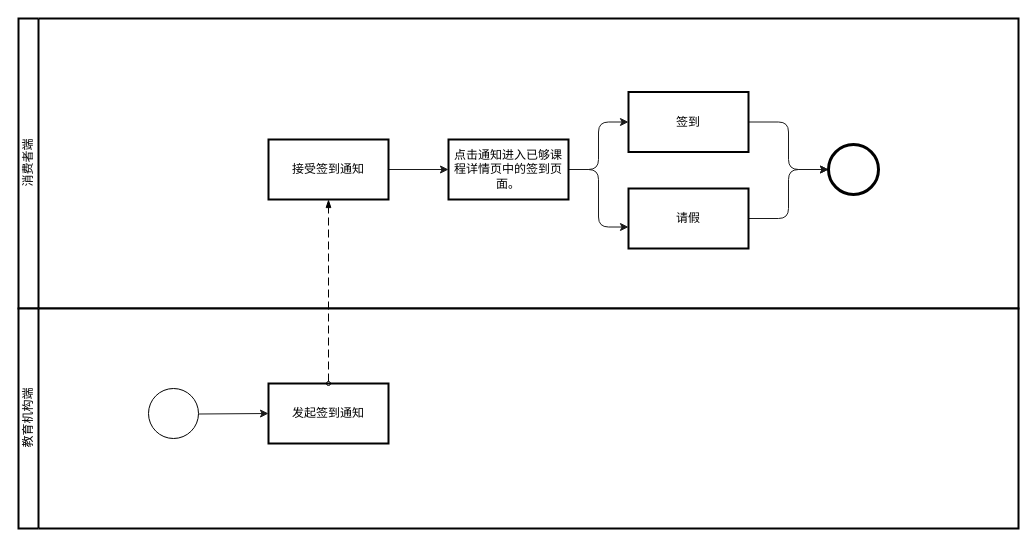
This is page "签到和请假" (4 of 4) of docs/资金监管平台流程图.drawio from cuitaocrazy/supervision, a draw.io file, before an edit. Source tidied: cells renumbered, new cells numbered last; positions are measured from the earlier drawing's top-left corner, leaving out a move shared by most shapes. Both pictures are drawn from the tidied source at 100%, with x=0, y=0 at pixel (18, 18).
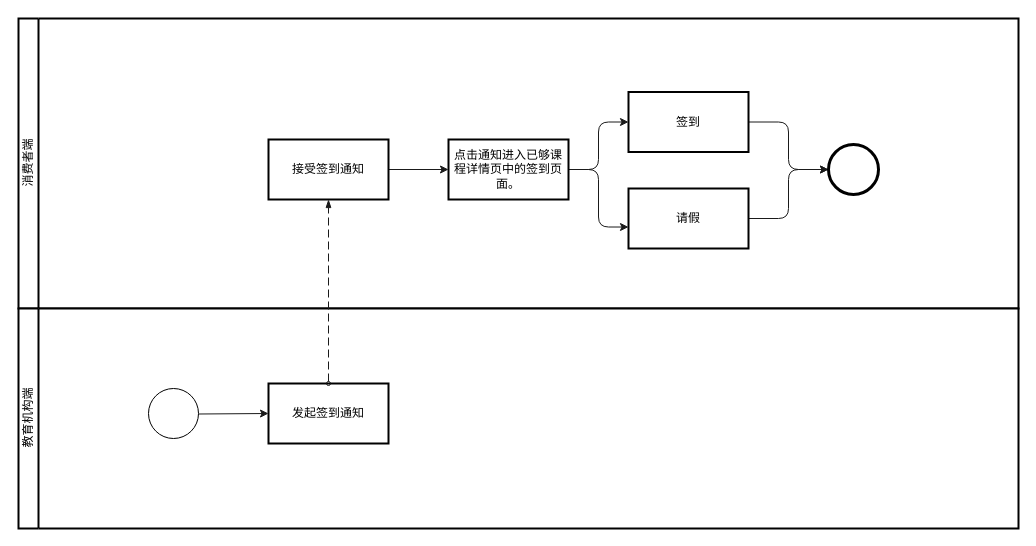
The same page after the edit.

The edit, as a diff of the source:
```diff
@@
 <mxGraphModel>
   <root>
     <mxCell id="0" />
     <mxCell id="1" parent="0" />
     <mxCell id="2" value="消费者端" style="swimlane;html=1;startSize=20;fontStyle=0;horizontal=0;swimlaneLine=1;swimlaneFillColor=#ffffff;strokeWidth=2;" parent="1" vertex="1">
       <mxGeometry width="1000" height="290" as="geometry" />
     </mxCell>
     <mxCell id="3" style="edgeStyle=none;html=1;exitX=1;exitY=0.5;exitDx=0;exitDy=0;entryX=0;entryY=0.5;entryDx=0;entryDy=0;strokeColor=#1A1A1A;" parent="2" edge="1" source="4" target="9">
       <mxGeometry relative="1" as="geometry" />
     </mxCell>
     <mxCell id="4" value="接受签到通知" style="whiteSpace=wrap;html=1;strokeWidth=2;" parent="2" vertex="1">
       <mxGeometry x="250" y="121" width="120" height="60" as="geometry" />
     </mxCell>
     <mxCell id="5" style="edgeStyle=orthogonalEdgeStyle;html=1;exitX=1;exitY=0.5;exitDx=0;exitDy=0;strokeColor=#1A1A1A;" parent="2" edge="1" source="6" target="12">
       <mxGeometry relative="1" as="geometry" />
     </mxCell>
     <mxCell id="6" value="签到" style="whiteSpace=wrap;html=1;strokeWidth=2;" parent="2" vertex="1">
       <mxGeometry x="610" y="73.5" width="120" height="60" as="geometry" />
     </mxCell>
     <mxCell id="7" style="edgeStyle=orthogonalEdgeStyle;html=1;exitX=1;exitY=0.5;exitDx=0;exitDy=0;entryX=0;entryY=0.5;entryDx=0;entryDy=0;strokeColor=#1A1A1A;" parent="2" edge="1" source="9" target="6">
       <mxGeometry relative="1" as="geometry" />
     </mxCell>
     <mxCell id="8" style="edgeStyle=orthogonalEdgeStyle;html=1;exitX=1;exitY=0.5;exitDx=0;exitDy=0;entryX=0;entryY=0.642;entryDx=0;entryDy=0;entryPerimeter=0;strokeColor=#1A1A1A;" parent="2" edge="1" source="9" target="11">
       <mxGeometry relative="1" as="geometry" />
     </mxCell>
     <mxCell id="9" value="点击通知进入已够课程详情页中的签到页面。" style="whiteSpace=wrap;html=1;strokeWidth=2;" parent="2" vertex="1">
       <mxGeometry x="430" y="121" width="120" height="60" as="geometry" />
     </mxCell>
     <mxCell id="10" style="edgeStyle=orthogonalEdgeStyle;html=1;exitX=1;exitY=0.5;exitDx=0;exitDy=0;entryX=0;entryY=0.5;entryDx=0;entryDy=0;entryPerimeter=0;strokeColor=#1A1A1A;" parent="2" edge="1" source="11" target="12">
       <mxGeometry relative="1" as="geometry" />
     </mxCell>
     <mxCell id="11" value="请假" style="whiteSpace=wrap;html=1;strokeWidth=2;" parent="2" vertex="1">
       <mxGeometry x="610" y="170" width="120" height="60" as="geometry" />
     </mxCell>
     <mxCell id="12" style="points=[[0.145,0.145,0],[0.5,0,0],[0.855,0.145,0],[1,0.5,0],[0.855,0.855,0],[0.5,1,0],[0.145,0.855,0],[0,0.5,0]];shape=mxgraph.bpmn.event;html=1;verticalLabelPosition=bottom;labelBackgroundColor=#ffffff;verticalAlign=top;align=center;perimeter=ellipsePerimeter;outlineConnect=0;outline=end;symbol=terminate2;" parent="2" vertex="1">
       <mxGeometry x="810" y="126" width="50" height="50" as="geometry" />
     </mxCell>
     <mxCell id="13" value="教育机构端" style="swimlane;html=1;startSize=20;fontStyle=0;horizontal=0;swimlaneLine=1;swimlaneFillColor=#ffffff;strokeWidth=2;" parent="1" vertex="1">
       <mxGeometry y="290" width="1000" height="220" as="geometry" />
     </mxCell>
     <mxCell id="14" value="发起签到通知" style="whiteSpace=wrap;html=1;strokeWidth=2;" parent="13" vertex="1">
       <mxGeometry x="250" y="75" width="120" height="60" as="geometry" />
     </mxCell>
     <mxCell id="15" style="edgeStyle=none;html=1;exitX=1;exitY=0.5;exitDx=0;exitDy=0;exitPerimeter=0;entryX=0;entryY=0.5;entryDx=0;entryDy=0;strokeColor=#1A1A1A;" parent="13" edge="1" target="14">
       <mxGeometry relative="1" as="geometry">
         <mxPoint x="180" y="105.5" as="sourcePoint" />
       </mxGeometry>
     </mxCell>
     <mxCell id="16" style="shape=mxgraph.bpmn.event;html=1;verticalLabelPosition=bottom;labelBackgroundColor=#ffffff;verticalAlign=top;align=center;perimeter=ellipsePerimeter;outline=standard;symbol=general;" parent="13" vertex="1">
       <mxGeometry x="130" y="80" width="50" height="50" as="geometry" />
     </mxCell>
-    <mxCell id="17" style="dashed=1;dashPattern=8 4;endArrow=blockThin;endFill=1;startArrow=oval;startFill=0;endSize=6;startSize=4;rounded=0;exitX=0.5;exitY=0;exitDx=0;exitDy=0;entryX=0.5;entryY=1;entryDx=0;entryDy=0;" parent="1" edge="1" source="14" target="4">
+    <mxCell id="17" style="dashed=1;dashPattern=8 4;endArrow=blockThin;endFill=1;startArrow=oval;startFill=0;endSize=6;startSize=4;rounded=0;exitX=0.5;exitY=0;exitDx=0;exitDy=0;entryX=0.5;entryY=1;entryDx=0;entryDy=0;strokeColor=#1A1A1A;" parent="1" edge="1" source="14" target="4">
       <mxGeometry relative="1" as="geometry" />
     </mxCell>
   </root>
 </mxGraphModel>
```
